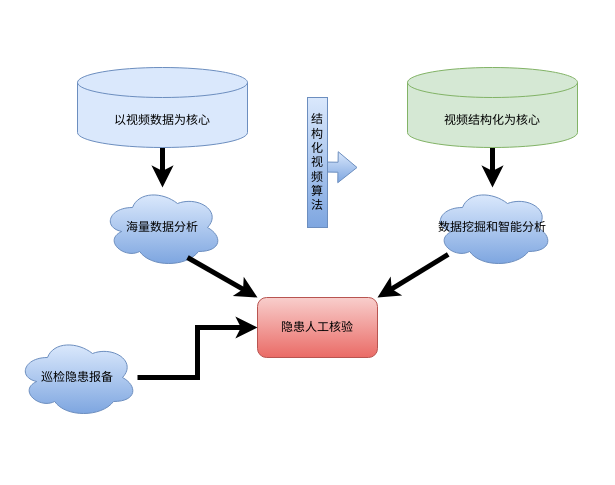
Earlier version of the draw.io diagram 视频结构化分析.drawio (paleblackless/diagrams). Source tidied: cells renumbered, new cells numbered last; positions are measured from the earlier drawing's top-left corner, leaving out a move shared by most shapes. Both pictures are drawn from the tidied source at 100%, with x=0, y=0 at pixel (17, 67).
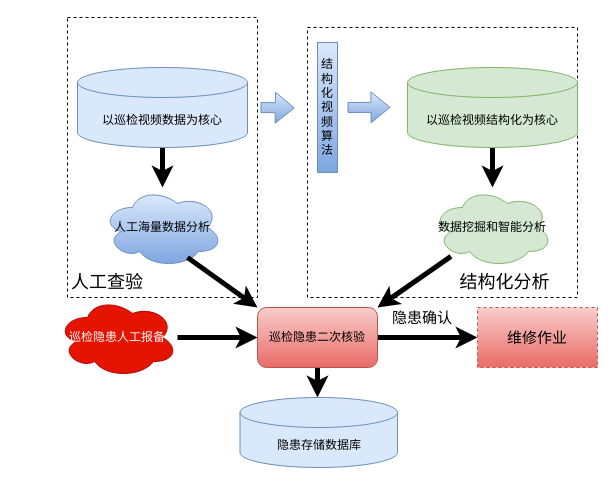
The same page after the edit.

Commit message:
更新视频结构化分析.drawio

Change to the diagram source:
```diff
@@
+    <mxCell id="16" style="rounded=0;whiteSpace=wrap;html=1;fillColor=none;dashed=1;" parent="1" vertex="1">
+      <mxGeometry x="50" y="-50" width="190" height="280" as="geometry" />
+    </mxCell>
+    <mxCell id="17" style="rounded=0;whiteSpace=wrap;html=1;fillColor=none;dashed=1;" parent="1" vertex="1">
+      <mxGeometry x="290" y="-40" width="270" height="270" as="geometry" />
+    </mxCell>
@@
-    <mxCell id="3" value="以视频数据为核心" style="shape=cylinder3;whiteSpace=wrap;html=1;boundedLbl=1;backgroundOutline=1;size=15;fillColor=#dae8fc;strokeColor=#6c8ebf;" parent="1" vertex="1">
+    <mxCell id="3" value="以巡检视频数据为核心" style="shape=cylinder3;whiteSpace=wrap;html=1;boundedLbl=1;backgroundOutline=1;size=15;fillColor=#dae8fc;strokeColor=#6c8ebf;" parent="1" vertex="1">
       <mxGeometry x="60" width="170" height="80" as="geometry" />
     </mxCell>
@@
-    <mxCell id="5" value="视频结构化为核心" style="shape=cylinder3;whiteSpace=wrap;html=1;boundedLbl=1;backgroundOutline=1;size=15;fillColor=#d5e8d4;strokeColor=#82b366;" parent="1" vertex="1">
+    <mxCell id="5" value="以巡检视频结构化为核心" style="shape=cylinder3;whiteSpace=wrap;html=1;boundedLbl=1;backgroundOutline=1;size=15;fillColor=#d5e8d4;strokeColor=#82b366;" parent="1" vertex="1">
       <mxGeometry x="390" width="170" height="80" as="geometry" />
     </mxCell>
-    <mxCell id="6" value="海量数据分析" style="ellipse;shape=cloud;whiteSpace=wrap;html=1;fillColor=#dae8fc;gradientColor=#7ea6e0;strokeColor=#6c8ebf;" parent="1" vertex="1">
+    <mxCell id="6" value="人工海量数据分析" style="ellipse;shape=cloud;whiteSpace=wrap;html=1;fillColor=#dae8fc;gradientColor=#7ea6e0;strokeColor=#6c8ebf;" parent="1" vertex="1">
       <mxGeometry x="85" y="120" width="120" height="80" as="geometry" />
     </mxCell>
-    <mxCell id="7" value="数据挖掘和智能分析" style="ellipse;shape=cloud;whiteSpace=wrap;html=1;fillColor=#dae8fc;gradientColor=#7ea6e0;strokeColor=#6c8ebf;" parent="1" vertex="1">
+    <mxCell id="7" value="数据挖掘和智能分析" style="ellipse;shape=cloud;whiteSpace=wrap;html=1;fillColor=#d5e8d4;strokeColor=#82b366;" parent="1" vertex="1">
       <mxGeometry x="415" y="120" width="120" height="80" as="geometry" />
     </mxCell>
-    <mxCell id="8" style="group;" parent="1" vertex="1">
-      <mxGeometry x="290" y="30" width="50" height="130" as="geometry" />
-    </mxCell>
-    <mxCell id="9" style="shape=flexArrow;endArrow=classic;html=1;rounded=0;fillColor=#dae8fc;gradientColor=#7ea6e0;strokeColor=#6c8ebf;" parent="8" edge="1">
-      <mxGeometry relative="1" as="geometry">
-        <mxPoint x="15.7" y="69.5" as="sourcePoint" />
-        <mxPoint x="50" y="70" as="targetPoint" />
-      </mxGeometry>
-    </mxCell>
-    <mxCell id="10" value="结构化视频算法" style="rounded=0;whiteSpace=wrap;html=1;fillColor=#dae8fc;gradientColor=#7ea6e0;strokeColor=#6c8ebf;" parent="8" vertex="1">
-      <mxGeometry width="20" height="130" as="geometry" />
-    </mxCell>
+    <mxCell id="18" style="edgeStyle=orthogonalEdgeStyle;rounded=0;jettySize=auto;html=1;exitX=1;exitY=0.5;exitDx=0;exitDy=0;fontFamily=Times New Roman;fontSize=18;strokeWidth=5;fillColor=default;" parent="1" edge="1" source="11" target="24">
+      <mxGeometry relative="1" as="geometry" />
+    </mxCell>
+    <mxCell id="19" style="edgeStyle=orthogonalEdgeStyle;rounded=0;jettySize=auto;html=1;exitX=0.5;exitY=1;exitDx=0;exitDy=0;entryX=0.5;entryY=0;entryDx=0;entryDy=0;fontFamily=Times New Roman;fontSize=15;strokeWidth=5;fillColor=default;" parent="1" edge="1" source="11">
+      <mxGeometry relative="1" as="geometry">
+        <mxPoint x="300" y="330" as="targetPoint" />
+      </mxGeometry>
+    </mxCell>
-    <mxCell id="11" value="隐患人工核验" style="rounded=1;whiteSpace=wrap;html=1;fillColor=#f8cecc;gradientColor=#ea6b66;strokeColor=#b85450;" parent="1" vertex="1">
-      <mxGeometry x="240" y="230" width="120" height="60" as="geometry" />
+    <mxCell id="11" value="巡检隐患二次核验" style="rounded=1;whiteSpace=wrap;html=1;fillColor=#f8cecc;gradientColor=#ea6b66;strokeColor=#b85450;" parent="1" vertex="1">
+      <mxGeometry x="240" y="240" width="120" height="60" as="geometry" />
     </mxCell>
@@
-    <mxCell id="15" value="巡检隐患报备" style="ellipse;shape=cloud;whiteSpace=wrap;html=1;fillColor=#dae8fc;gradientColor=#7ea6e0;strokeColor=#6c8ebf;" parent="1" vertex="1">
-      <mxGeometry y="270" width="120" height="80" as="geometry" />
+    <mxCell id="15" value="巡检隐患人工报备" style="ellipse;shape=cloud;whiteSpace=wrap;html=1;fillColor=#e51400;strokeColor=#B20000;fontColor=#ffffff;" parent="1" vertex="1">
+      <mxGeometry x="40" y="230" width="120" height="80" as="geometry" />
     </mxCell>
+    <mxCell id="20" style="shape=flexArrow;endArrow=classic;html=1;rounded=0;fillColor=#dae8fc;gradientColor=#7ea6e0;strokeColor=#6c8ebf;" parent="1" edge="1">
+      <mxGeometry relative="1" as="geometry">
+        <mxPoint x="243" y="40" as="sourcePoint" />
+        <mxPoint x="277.3" y="40.5" as="targetPoint" />
+      </mxGeometry>
+    </mxCell>
+    <mxCell id="21" value="&lt;font face=&quot;Times New Roman&quot;&gt;&lt;span style=&quot;font-size: 18px;&quot;&gt;人工查验&lt;/span&gt;&lt;/font&gt;" style="text;html=1;strokeColor=none;fillColor=none;align=center;verticalAlign=middle;whiteSpace=wrap;rounded=0;dashed=1;" parent="1" vertex="1">
+      <mxGeometry x="50" y="200" width="80" height="30" as="geometry" />
+    </mxCell>
+    <mxCell id="22" value="结构化分析" style="text;html=1;strokeColor=none;fillColor=none;align=center;verticalAlign=middle;whiteSpace=wrap;rounded=0;dashed=1;fontFamily=Times New Roman;fontSize=18;" parent="1" vertex="1">
+      <mxGeometry x="440" y="200" width="95" height="30" as="geometry" />
+    </mxCell>
+    <mxCell id="10" value="结构化视频算法" style="rounded=0;whiteSpace=wrap;html=1;fillColor=#dae8fc;gradientColor=#7ea6e0;strokeColor=#6c8ebf;" parent="1" vertex="1">
+      <mxGeometry x="300" y="-25" width="20" height="130" as="geometry" />
+    </mxCell>
+    <mxCell id="23" style="shape=flexArrow;endArrow=classic;html=1;rounded=0;fillColor=#dae8fc;gradientColor=#7ea6e0;strokeColor=#6c8ebf;" parent="1" edge="1">
+      <mxGeometry relative="1" as="geometry">
+        <mxPoint x="330" y="40" as="sourcePoint" />
+        <mxPoint x="373" y="39.8" as="targetPoint" />
+      </mxGeometry>
+    </mxCell>
+    <mxCell id="24" value="&lt;font style=&quot;font-size: 15px;&quot;&gt;维修作业&lt;/font&gt;" style="rounded=0;whiteSpace=wrap;html=1;dashed=1;fontFamily=Times New Roman;fontSize=18;fillColor=#f8cecc;gradientColor=#ea6b66;strokeColor=#b85450;" parent="1" vertex="1">
+      <mxGeometry x="460" y="240" width="120" height="60" as="geometry" />
+    </mxCell>
+    <mxCell id="25" value="隐患确认" style="text;html=1;strokeColor=none;fillColor=none;align=center;verticalAlign=middle;whiteSpace=wrap;rounded=0;dashed=1;fontFamily=Times New Roman;fontSize=15;" parent="1" vertex="1">
+      <mxGeometry x="370" y="240" width="70" height="20" as="geometry" />
+    </mxCell>
+    <mxCell id="26" value="隐患存储数据库" style="shape=cylinder3;whiteSpace=wrap;html=1;boundedLbl=1;backgroundOutline=1;size=15;fillColor=#dae8fc;strokeColor=#6c8ebf;" parent="1" vertex="1">
+      <mxGeometry x="222.5" y="330" width="157.5" height="70" as="geometry" />
+    </mxCell>
```
